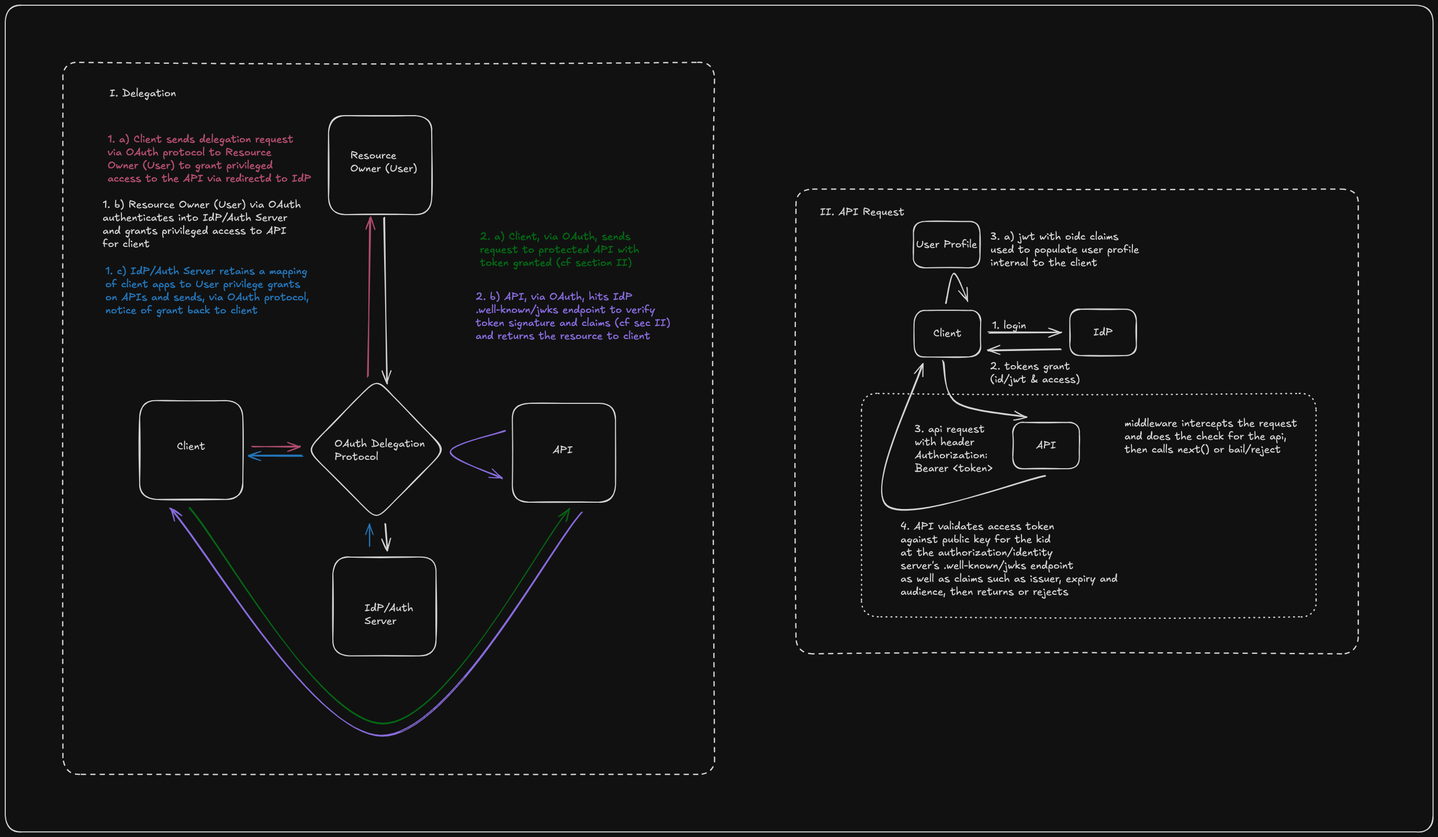
Above: media/oauth.png in bronifty/auth (Excalidraw), before the change. Source tidied: one line per element, renumbered; positions are measured from the earlier drawing's top-left corner, leaving out a move shared by most shapes.
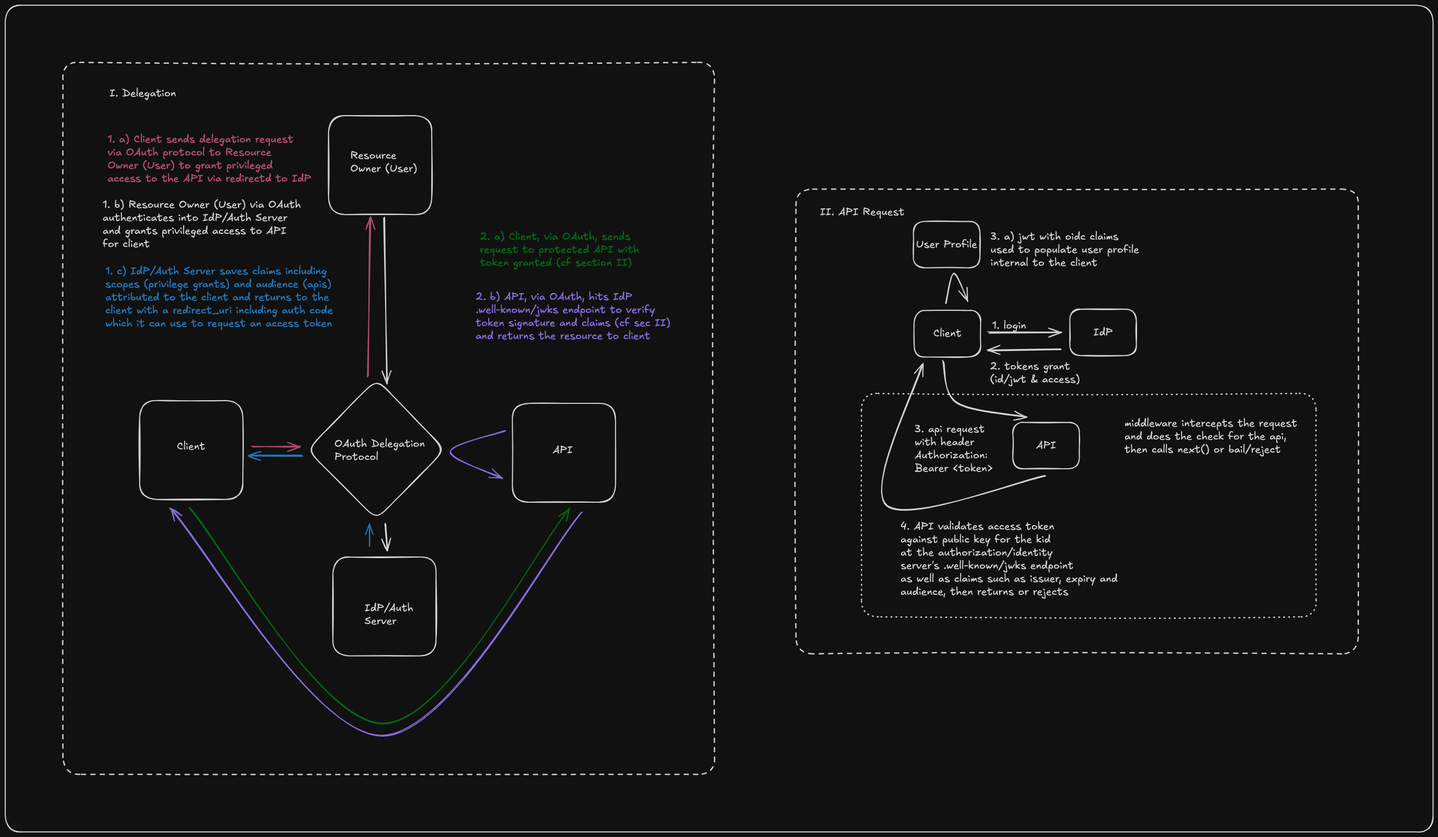
After the commit.

What changed in the source:
```diff
@@ -42,7 +42,7 @@
 {"id": 41, "type": "arrow", "strokeColor": "#9775fa", "strokeWidth": 2, "roughness": 1, "endArrowhead": "arrow", "round": true, "from": 27, "to": 23, "x": 1102, "y": 970, "width": 787, "height": 433, "points": [[0, 0], [-383, 426], [-787, -7]]}
 {"id": 42, "type": "text", "text": "1. a) Client sends delegation request\nvia OAuth protocol to Resource\nOwner (User) to grant privileged \naccess to the API via redirectd to IdP", "strokeColor": "#f783ac", "strokeWidth": 2, "roughness": 1, "fontSize": 20, "fontFamily": 5, "x": 196, "y": 245, "width": 389, "height": 100}
 {"id": 43, "type": "text", "text": "1. b) Resource Owner (User) via OAuth\nauthenticates into IdP/Auth Server\nand grants privileged access to API\nfor client", "strokeColor": "#1e1e1e", "strokeWidth": 2, "roughness": 1, "fontSize": 20, "fontFamily": 5, "x": 186, "y": 369, "width": 379, "height": 100}
-{"id": 44, "type": "text", "text": "1. c) IdP/Auth Server retains a mapping \nof client apps to User privilege grants \non APIs and sends, via OAuth protocol, \nnotice of grant back to client", "strokeColor": "#4dabf7", "strokeWidth": 2, "roughness": 1, "fontSize": 20, "fontFamily": 5, "x": 191, "y": 496, "width": 397, "height": 100}
+{"id": 44, "type": "text", "text": "1. c) IdP/Auth Server saves claims including \nscopes (privilege grants) and audience (apis) \nattributed to the client and returns to the \nclient with a redirect_uri including auth code \nwhich it can use to request an access token \n", "strokeColor": "#4dabf7", "strokeWidth": 2, "roughness": 1, "fontSize": 20, "fontFamily": 5, "x": 191, "y": 496, "width": 443, "height": 150}
 {"id": 45, "type": "text", "text": "2. a) Client, via OAuth, sends \nrequest to protected API with\ntoken granted (cf section II)", "strokeColor": "#69db7c", "strokeWidth": 2, "roughness": 1, "fontSize": 20, "fontFamily": 5, "x": 907, "y": 431, "width": 304, "height": 75}
 {"id": 46, "type": "text", "text": "2. b) API, via OAuth, hits IdP \n.well-known/jwks endpoint to verify\ntoken signature and claims (cf sec II)\nand returns the resource to client", "strokeColor": "#9775fa", "strokeWidth": 2, "roughness": 1, "fontSize": 20, "fontFamily": 5, "x": 899, "y": 546, "width": 372, "height": 100}
 {"id": 47, "type": "text", "text": "I. Delegation", "strokeColor": "#1e1e1e", "strokeWidth": 2, "roughness": 1, "fontSize": 20, "fontFamily": 5, "x": 199, "y": 157, "width": 127, "height": 25}
```
